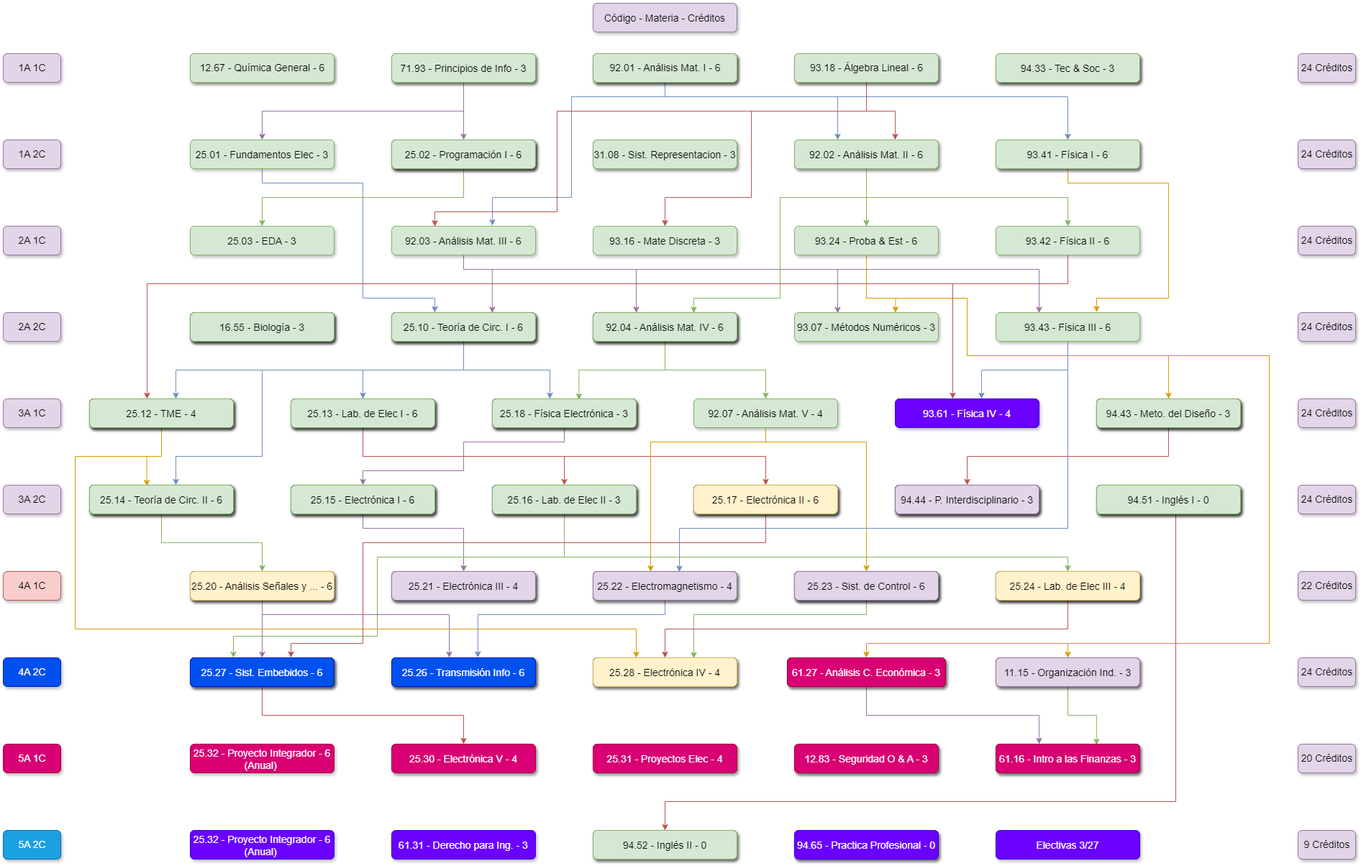
This is K22.drawio.png from juanipla/K22, a draw.io export, as it was before one commit. Source tidied: cells renumbered, new cells last; positions are measured from the earlier drawing's top-left corner, leaving out a move shared by most shapes.
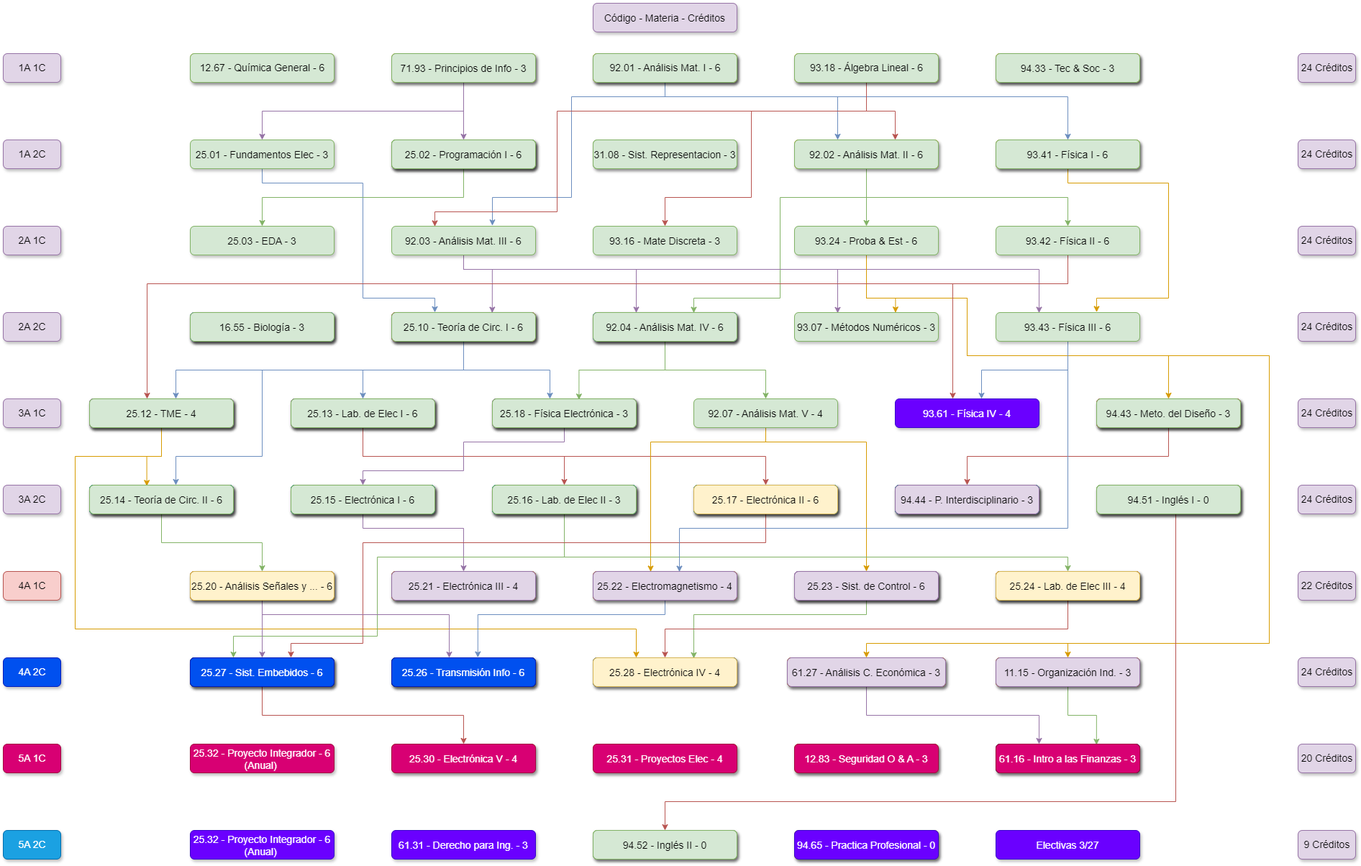
Later version of the same file.

What changed in the source:
```diff
@@ -907,7 +907,7 @@
     <mxCell id="212" value="25.26 - Transmisión Info - 6" style="rounded=1;fillColor=#0050ef;strokeColor=#001DBC;shadow=1;fontStyle=0;fontSize=14;labelBorderColor=none;labelBackgroundColor=none;fontColor=#ffffff;" parent="1" vertex="1">
       <mxGeometry x="540" y="910" width="200" height="40" as="geometry" />
     </mxCell>
-    <mxCell id="213" value="61.27 - Análisis C. Económica - 3" style="rounded=1;fillColor=#d80073;strokeColor=#A50040;shadow=1;fontStyle=0;fontSize=14;labelBorderColor=none;labelBackgroundColor=none;verticalAlign=middle;fontColor=#ffffff;" parent="1" vertex="1">
+    <mxCell id="213" value="61.27 - Análisis C. Económica - 3" style="rounded=1;fillColor=#e1d5e7;strokeColor=#9673a6;shadow=1;fontStyle=0;fontSize=14;labelBorderColor=none;labelBackgroundColor=none;verticalAlign=middle;" parent="1" vertex="1">
       <mxGeometry x="1090" y="910" width="220" height="40" as="geometry" />
     </mxCell>
     <mxCell id="214" value="11.15 - Organización Ind. - 3" style="rounded=1;fillColor=#e1d5e7;strokeColor=#9673a6;shadow=1;fontStyle=0;fontSize=14;labelBorderColor=none;labelBackgroundColor=none;verticalAlign=middle;" parent="1" vertex="1">
```
